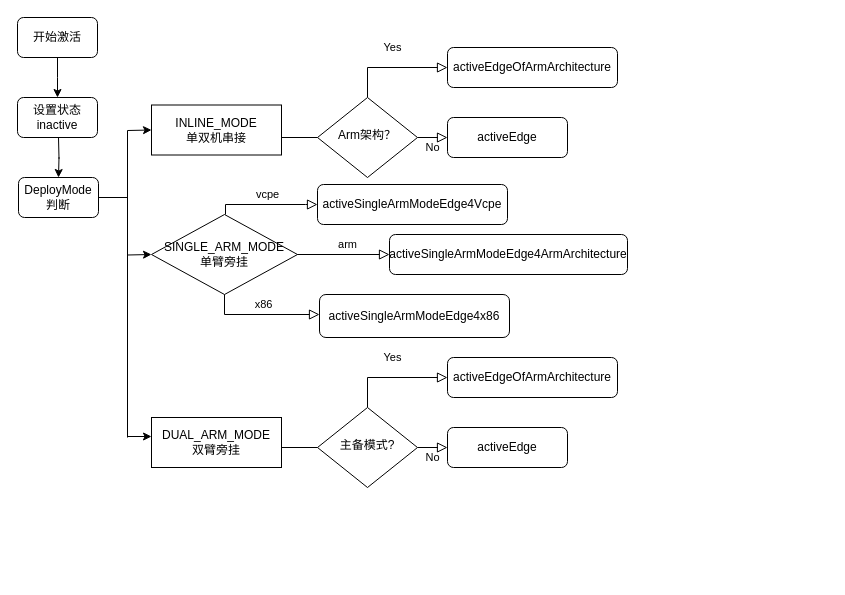
wenchma/diagram keeps this draw.io diagram as Untitled Diagram.drawio. Above is the earlier version. Source tidied: cells renumbered, new cells numbered last; positions are measured from the earlier drawing's top-left corner, leaving out a move shared by most shapes. Both pictures are drawn from the tidied source at 100%, with x=0, y=0 at pixel (17, 17).
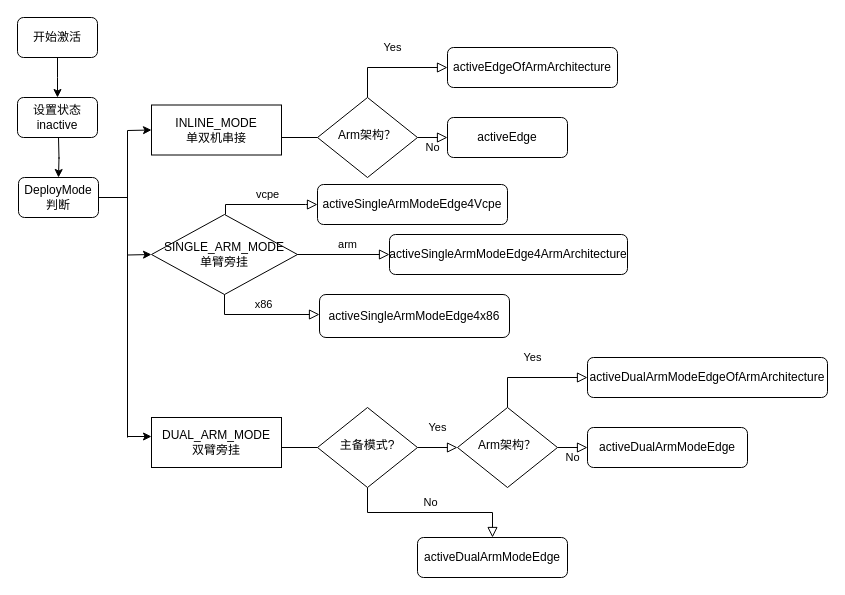
After the change.

Unchanged cells that the change refers to:
```xml
<mxCell id="29" value="主备模式?" style="rhombus;whiteSpace=wrap;html=1;shadow=0;fontFamily=Helvetica;fontSize=12;align=center;strokeWidth=1;spacing=6;spacingTop=-4;" parent="1" vertex="1">
  <mxGeometry x="300" y="390" width="100" height="80" as="geometry" />
</mxCell>
```

What changed in the source:
```diff
@@
-    <mxCell id="27" value="Yes" style="rounded=0;html=1;jettySize=auto;fontSize=11;endArrow=block;endFill=0;endSize=8;strokeWidth=1;shadow=0;labelBackgroundColor=none;edgeStyle=orthogonalEdgeStyle;entryX=0;entryY=0.5;entryDx=0;entryDy=0;" parent="1" edge="1" source="29" target="31">
+    <mxCell id="27" value="Yes" style="rounded=0;html=1;jettySize=auto;fontSize=11;endArrow=block;endFill=0;endSize=8;strokeWidth=1;shadow=0;labelBackgroundColor=none;edgeStyle=orthogonalEdgeStyle;entryX=0;entryY=0.5;entryDx=0;entryDy=0;" parent="1" edge="1" source="29">
       <mxGeometry y="20" relative="1" as="geometry">
+        <mxPoint x="440" y="430" as="targetPoint" />
         <Array as="points">
-          <mxPoint x="350" y="360" />
+          <mxPoint x="430" y="430" />
+          <mxPoint x="430" y="430" />
         </Array>
       </mxGeometry>
     </mxCell>
@@
-    <mxCell id="30" value="activeEdge" style="rounded=1;whiteSpace=wrap;html=1;fontSize=12;glass=0;strokeWidth=1;shadow=0;" parent="1" vertex="1">
-      <mxGeometry x="430" y="410" width="120" height="40" as="geometry" />
+    <mxCell id="30" value="activeDualArmModeEdge" style="rounded=1;whiteSpace=wrap;html=1;fontSize=12;glass=0;strokeWidth=1;shadow=0;" parent="1" vertex="1">
+      <mxGeometry x="400" y="520" width="150" height="40" as="geometry" />
     </mxCell>
-    <mxCell id="31" value="activeEdgeOfArmArchitecture" style="rounded=1;whiteSpace=wrap;html=1;fontSize=12;glass=0;strokeWidth=1;shadow=0;" parent="1" vertex="1">
-      <mxGeometry x="430" y="340" width="170" height="40" as="geometry" />
-    </mxCell>
@@
+    <mxCell id="33" value="Yes" style="rounded=0;html=1;jettySize=auto;fontSize=11;endArrow=block;endFill=0;endSize=8;strokeWidth=1;shadow=0;labelBackgroundColor=none;edgeStyle=orthogonalEdgeStyle;entryX=0;entryY=0.5;entryDx=0;entryDy=0;" parent="1" edge="1" source="35" target="37">
+      <mxGeometry y="20" relative="1" as="geometry">
+        <Array as="points">
+          <mxPoint x="490" y="360" />
+        </Array>
+      </mxGeometry>
+    </mxCell>
+    <mxCell id="34" value="No" style="edgeStyle=orthogonalEdgeStyle;rounded=0;html=1;jettySize=auto;fontSize=11;endArrow=block;endFill=0;endSize=8;strokeWidth=1;shadow=0;labelBackgroundColor=none;" parent="1" edge="1" source="35" target="36">
+      <mxGeometry y="10" relative="1" as="geometry" />
+    </mxCell>
+    <mxCell id="35" value="Arm架构？" style="rhombus;whiteSpace=wrap;html=1;shadow=0;fontFamily=Helvetica;fontSize=12;align=center;strokeWidth=1;spacing=6;spacingTop=-4;" parent="1" vertex="1">
+      <mxGeometry x="440" y="390" width="100" height="80" as="geometry" />
+    </mxCell>
+    <mxCell id="36" value="activeDualArmModeEdge" style="rounded=1;whiteSpace=wrap;html=1;fontSize=12;glass=0;strokeWidth=1;shadow=0;" parent="1" vertex="1">
+      <mxGeometry x="570" y="410" width="160" height="40" as="geometry" />
+    </mxCell>
+    <mxCell id="37" value="activeDualArmModeEdgeOfArmArchitecture" style="rounded=1;whiteSpace=wrap;html=1;fontSize=12;glass=0;strokeWidth=1;shadow=0;" parent="1" vertex="1">
+      <mxGeometry x="570" y="340" width="240" height="40" as="geometry" />
+    </mxCell>
```
